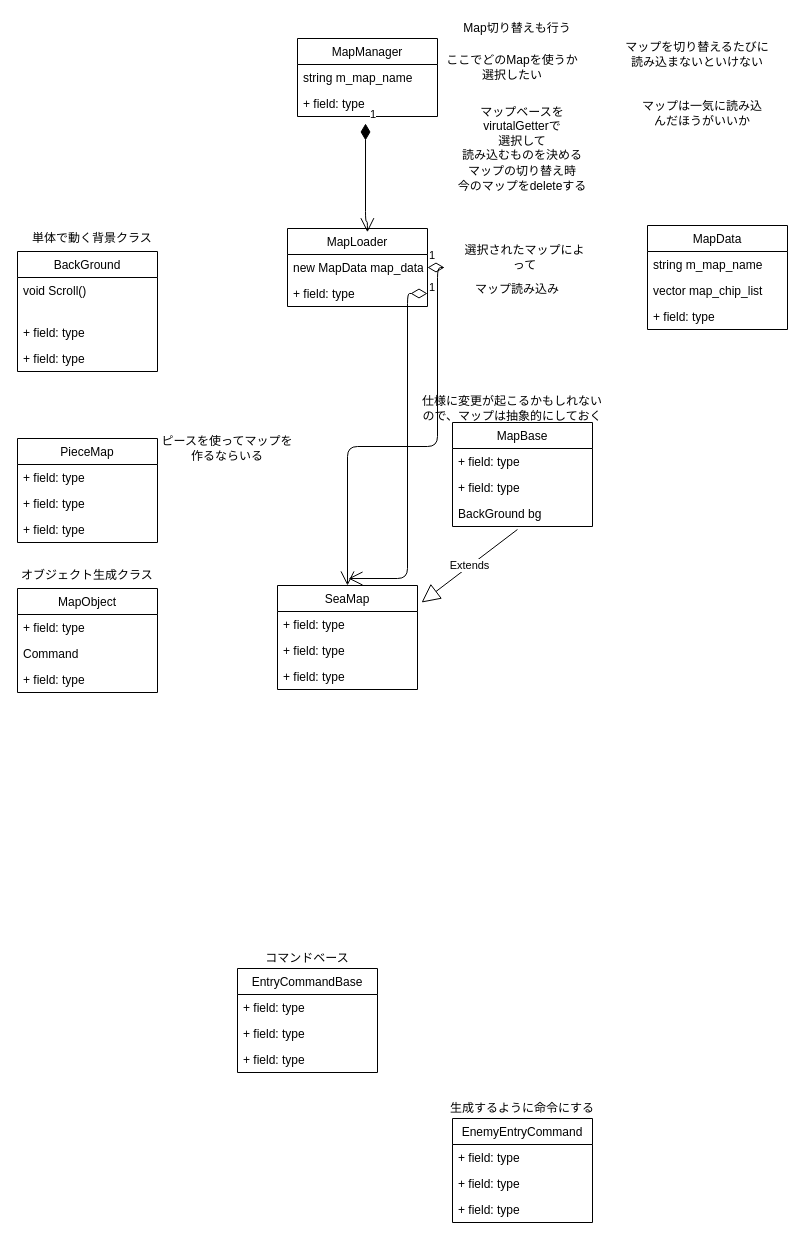
chaikemewtwo/Aim-for-the-star keeps this draw.io diagram as MapClassDesign.drawio. Above is the earlier version. Source tidied: cells renumbered, new cells numbered last; positions are measured from the earlier drawing's top-left corner, leaving out a move shared by most shapes. Both pictures are drawn from the tidied source at 100%, with x=0, y=0 at pixel (17, 18).
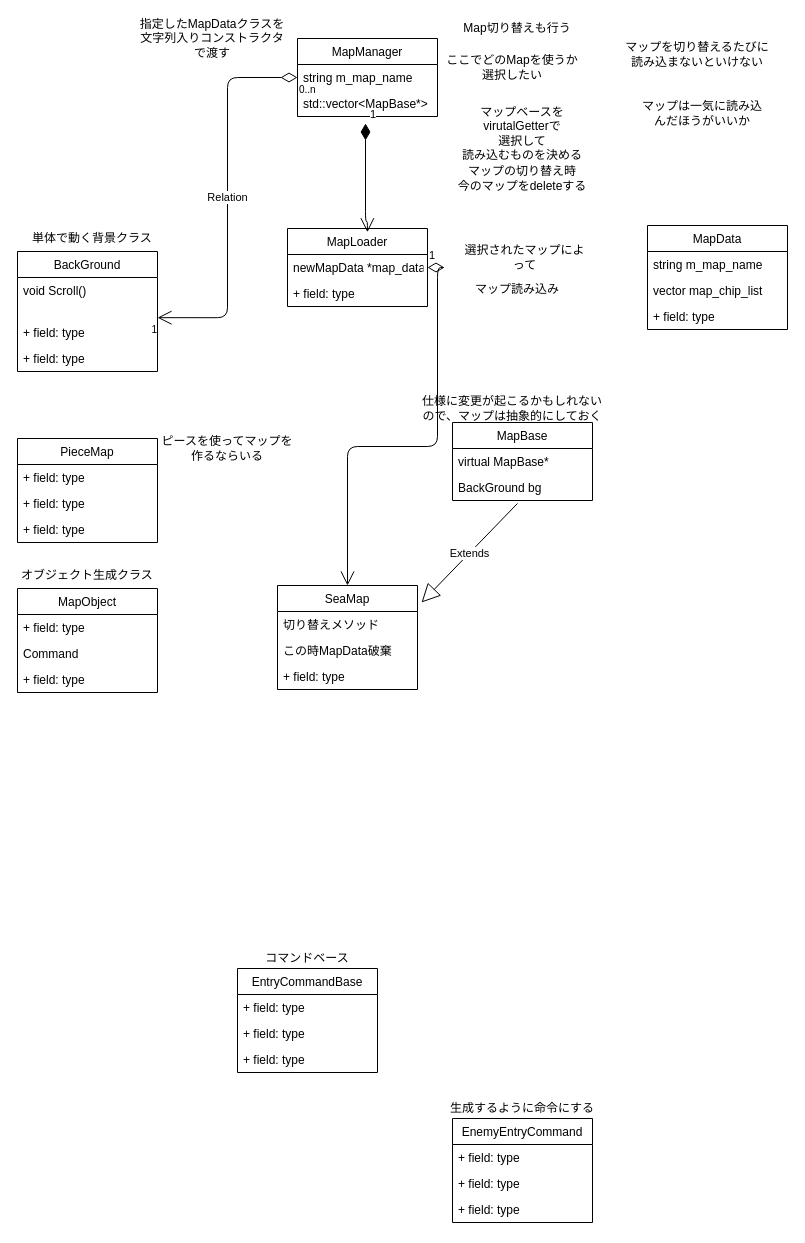
The same diagram, later.

Commit message:
MapClass設計を書いてみました。 見る場合はURLの https://www.draw.io/

でアクセスしてください

The change refers to these unchanged cells:
```xml
<mxCell id="2" value="MapLoader" style="swimlane;fontStyle=0;horizontal=1;startSize=26;fillColor=none;" parent="1" vertex="1">
  <mxGeometry x="270" y="210" width="140" height="78" as="geometry" />
</mxCell>
<mxCell id="5" value="MapManager" style="swimlane;fontStyle=0;horizontal=1;startSize=26;fillColor=none;" parent="1" vertex="1">
  <mxGeometry x="280" y="20" width="140" height="78" as="geometry" />
</mxCell>
<mxCell id="6" value="string m_map_name" style="text;strokeColor=none;fillColor=none;align=left;verticalAlign=top;spacingLeft=4;spacingRight=4;overflow=hidden;points=[[0,0.5],[1,0.5]];portConstraint=eastwest;" parent="5" vertex="1">
  <mxGeometry y="26" width="140" height="26" as="geometry" />
</mxCell>
<mxCell id="10" value="+ field: type" style="text;strokeColor=none;fillColor=none;align=left;verticalAlign=top;spacingLeft=4;spacingRight=4;overflow=hidden;points=[[0,0.5],[1,0.5]];portConstraint=eastwest;" parent="8" vertex="1">
  <mxGeometry y="68" width="140" height="26" as="geometry" />
</mxCell>
<mxCell id="47" value="SeaMap" style="swimlane;fontStyle=0;horizontal=1;startSize=26;fillColor=none;" parent="1" vertex="1">
  <mxGeometry x="260" y="567" width="140" height="104" as="geometry" />
</mxCell>
```

Diff of the diagram source:
```diff
@@
-    <mxCell id="3" value="new MapData map_data" style="text;strokeColor=none;fillColor=none;align=left;verticalAlign=top;spacingLeft=4;spacingRight=4;overflow=hidden;points=[[0,0.5],[1,0.5]];portConstraint=eastwest;" parent="2" vertex="1">
+    <mxCell id="3" value="newMapData *map_data" style="text;strokeColor=none;fillColor=none;align=left;verticalAlign=top;spacingLeft=4;spacingRight=4;overflow=hidden;points=[[0,0.5],[1,0.5]];portConstraint=eastwest;" parent="2" vertex="1">
       <mxGeometry y="26" width="140" height="26" as="geometry" />
     </mxCell>
@@
-    <mxCell id="7" value="+ field: type" style="text;strokeColor=none;fillColor=none;align=left;verticalAlign=top;spacingLeft=4;spacingRight=4;overflow=hidden;points=[[0,0.5],[1,0.5]];portConstraint=eastwest;" parent="5" vertex="1">
+    <mxCell id="7" value="std::vector&lt;MapBase*&gt;" style="text;strokeColor=none;fillColor=none;align=left;verticalAlign=top;spacingLeft=4;spacingRight=4;overflow=hidden;points=[[0,0.5],[1,0.5]];portConstraint=eastwest;" parent="5" vertex="1">
       <mxGeometry y="52" width="140" height="26" as="geometry" />
     </mxCell>
@@
-    <mxCell id="12" value="1" style="endArrow=open;html=1;endSize=12;startArrow=diamondThin;startSize=14;startFill=0;edgeStyle=orthogonalEdgeStyle;align=left;verticalAlign=bottom;exitX=1;exitY=0.5;exitDx=0;exitDy=0;entryX=0.507;entryY=-0.067;entryDx=0;entryDy=0;entryPerimeter=0;" parent="1" edge="1" target="47">
-      <mxGeometry x="-1" y="3" relative="1" as="geometry">
-        <mxPoint x="410" y="275" as="sourcePoint" />
-        <Array as="points">
-          <mxPoint x="390" y="275" />
-          <mxPoint x="390" y="560" />
-        </Array>
-      </mxGeometry>
-    </mxCell>
@@
     <mxCell id="43" value="MapBase" style="swimlane;fontStyle=0;horizontal=1;startSize=26;fillColor=none;" parent="1" vertex="1">
-      <mxGeometry x="435" y="404" width="140" height="104" as="geometry" />
+      <mxGeometry x="435" y="404" width="140" height="78" as="geometry" />
     </mxCell>
-    <mxCell id="44" value="+ field: type" style="text;strokeColor=none;fillColor=none;align=left;verticalAlign=top;spacingLeft=4;spacingRight=4;overflow=hidden;" parent="43" vertex="1">
+    <mxCell id="44" value="virtual MapBase*" style="text;strokeColor=none;fillColor=none;align=left;verticalAlign=top;spacingLeft=4;spacingRight=4;overflow=hidden;" parent="43" vertex="1">
       <mxGeometry y="26" width="140" height="26" as="geometry" />
     </mxCell>
-    <mxCell id="45" value="+ field: type" style="text;strokeColor=none;fillColor=none;align=left;verticalAlign=top;spacingLeft=4;spacingRight=4;overflow=hidden;" parent="43" vertex="1">
-      <mxGeometry y="52" width="140" height="26" as="geometry" />
-    </mxCell>
     <mxCell id="46" value="BackGround bg" style="text;strokeColor=none;fillColor=none;align=left;verticalAlign=top;spacingLeft=4;spacingRight=4;overflow=hidden;points=[[0,0.5],[1,0.5]];portConstraint=eastwest;" parent="43" vertex="1">
-      <mxGeometry y="78" width="140" height="26" as="geometry" />
+      <mxGeometry y="52" width="140" height="26" as="geometry" />
     </mxCell>
@@
-    <mxCell id="48" value="+ field: type" style="text;strokeColor=none;fillColor=none;align=left;verticalAlign=top;spacingLeft=4;spacingRight=4;overflow=hidden;points=[[0,0.5],[1,0.5]];portConstraint=eastwest;" parent="47" vertex="1">
+    <mxCell id="48" value="切り替えメソッド&#10;" style="text;strokeColor=none;fillColor=none;align=left;verticalAlign=top;spacingLeft=4;spacingRight=4;overflow=hidden;points=[[0,0.5],[1,0.5]];portConstraint=eastwest;" parent="47" vertex="1">
       <mxGeometry y="26" width="140" height="26" as="geometry" />
     </mxCell>
-    <mxCell id="49" value="+ field: type" style="text;strokeColor=none;fillColor=none;align=left;verticalAlign=top;spacingLeft=4;spacingRight=4;overflow=hidden;" parent="47" vertex="1">
+    <mxCell id="49" value="この時MapData破棄&#10;" style="text;strokeColor=none;fillColor=none;align=left;verticalAlign=top;spacingLeft=4;spacingRight=4;overflow=hidden;" parent="47" vertex="1">
       <mxGeometry y="52" width="140" height="26" as="geometry" />
     </mxCell>
@@
+    <mxCell id="58" value="指定したMapDataクラスを&lt;br&gt;文字列入りコンストラクタで渡す&lt;br&gt;" style="text;html=1;strokeColor=none;fillColor=none;align=center;verticalAlign=middle;whiteSpace=wrap;rounded=0;" parent="1" vertex="1">
+      <mxGeometry x="120" y="10" width="150" height="20" as="geometry" />
+    </mxCell>
+    <mxCell id="59" value="Relation" style="endArrow=open;html=1;endSize=12;startArrow=diamondThin;startSize=14;startFill=0;edgeStyle=orthogonalEdgeStyle;exitX=0;exitY=0.5;exitDx=0;exitDy=0;entryX=1;entryY=-0.07;entryDx=0;entryDy=0;entryPerimeter=0;" parent="1" edge="1" source="6" target="10">
+      <mxGeometry relative="1" as="geometry" />
+    </mxCell>
+    <mxCell id="60" value="0..n" style="html=1;align=left;verticalAlign=top;labelBackgroundColor=#ffffff;fontSize=10;" parent="59" vertex="1">
+      <mxGeometry x="-1" relative="1" as="geometry" />
+    </mxCell>
+    <mxCell id="12" value="1" style="html=1;align=right;verticalAlign=top;labelBackgroundColor=#ffffff;fontSize=10;" parent="59" vertex="1">
+      <mxGeometry x="1" relative="1" as="geometry" />
+    </mxCell>
```
